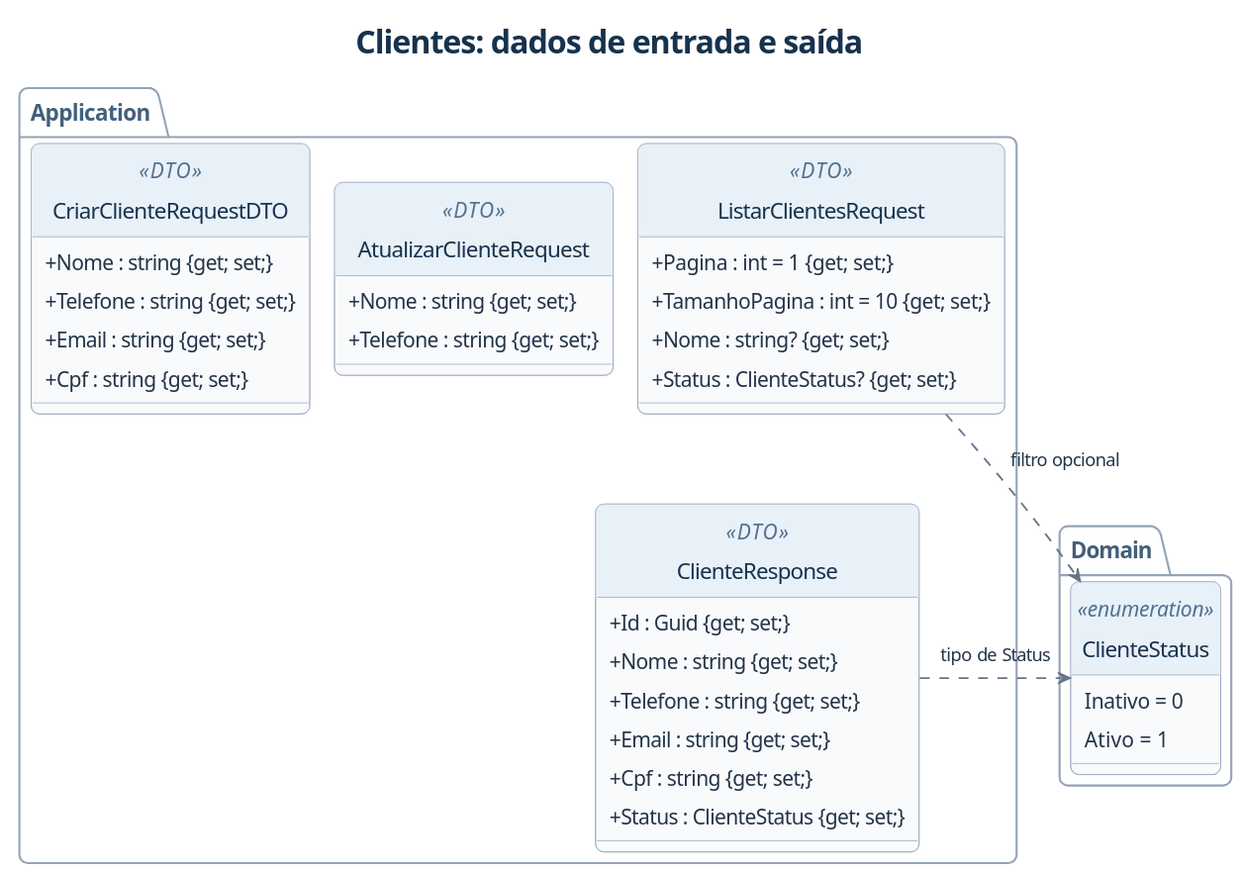
MurilloKelvin/API-Locacao-de-imoveis keeps this PlantUML diagram as docs/uml/imagens/04-classes-dtos.svg. Above is the earlier version.
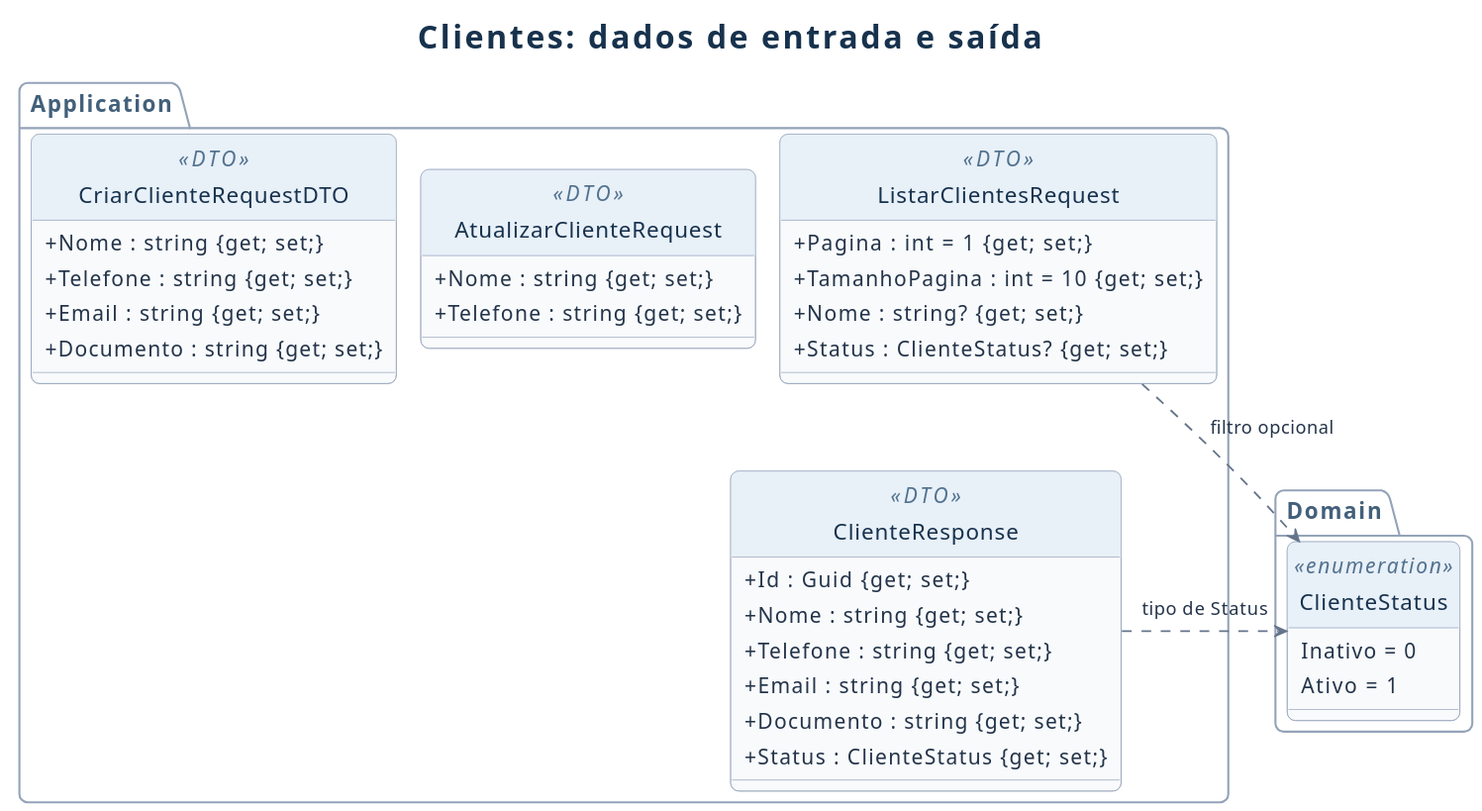
After the change.

Change to the diagram source:
```diff
@@ -7,7 +7,7 @@
     +Nome : string {get; set;}
     +Telefone : string {get; set;}
     +Email : string {get; set;}
-    +Cpf : string {get; set;}
+    +Documento : string {get; set;}
   }
   class AtualizarClienteRequest <<DTO>> {
     +Nome : string {get; set;}
@@ -24,7 +24,7 @@
     +Nome : string {get; set;}
     +Telefone : string {get; set;}
     +Email : string {get; set;}
-    +Cpf : string {get; set;}
+    +Documento : string {get; set;}
     +Status : ClienteStatus {get; set;}
   }
 }
```
